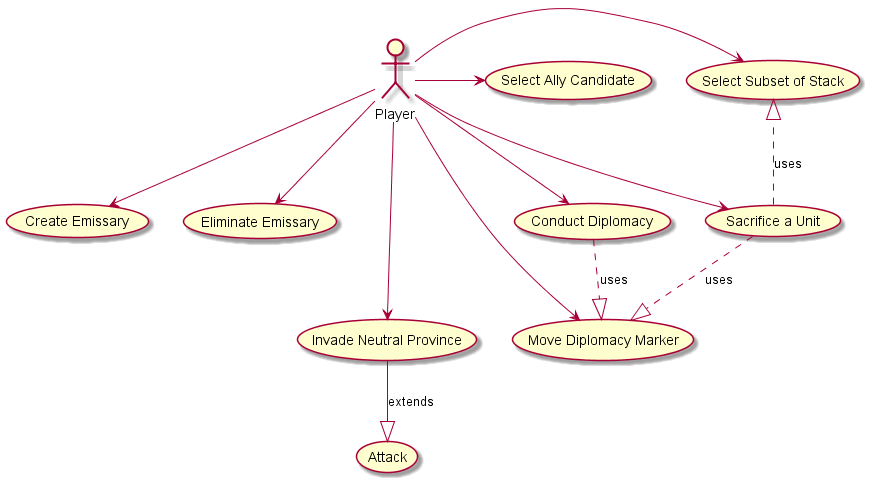
The PlantUML diagram jasz_diagrams/use_cases_diplomacy.png in clif7786/hw2_a, before a commit. Source of this version:
```plantuml
@startuml
actor Player


Player ->    (Select Subset of Stack)


Player ->      (Select Ally Candidate)
Player -->     (Create Emissary)
Player -->     (Eliminate Emissary)
Player --->    (Invade Neutral Province)
(Invade Neutral Province) --|> (Attack) :extends
Player --->    (Move Diplomacy Marker)
Player -->     (Conduct Diplomacy)
Player -->     (Sacrifice a Unit)
(Sacrifice a Unit) ..|>  (Select Subset of Stack) :uses
(Conduct Diplomacy) ..|> (Move Diplomacy Marker) :uses
(Sacrifice a Unit)  ..|> (Move Diplomacy Marker) :uses


@enduml
```
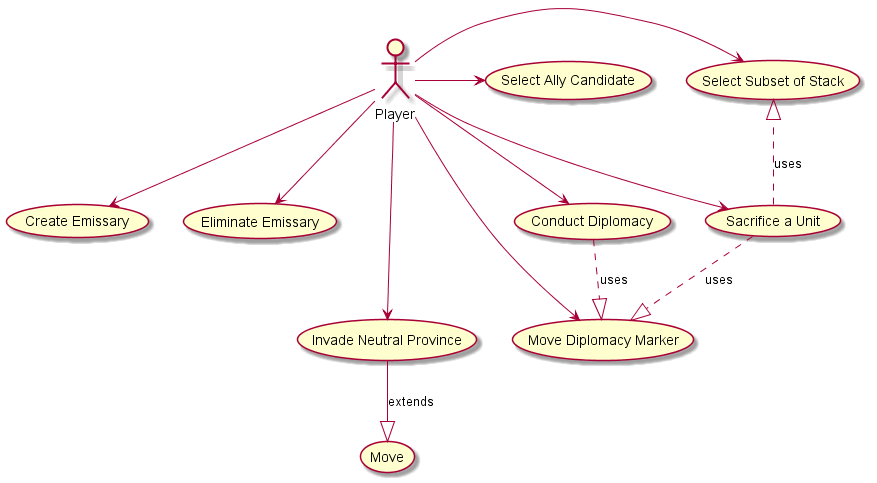
Later version of the same file.

Commit message:
Changed my diplomacy diagram

What changed in the source:
```diff
@@ -9,7 +9,7 @@
 Player -->     (Create Emissary)
 Player -->     (Eliminate Emissary)
 Player --->    (Invade Neutral Province)
-(Invade Neutral Province) --|> (Attack) :extends
+(Invade Neutral Province) --|> (Move) :extends
 Player --->    (Move Diplomacy Marker)
 Player -->     (Conduct Diplomacy)
 Player -->     (Sacrifice a Unit)
```
